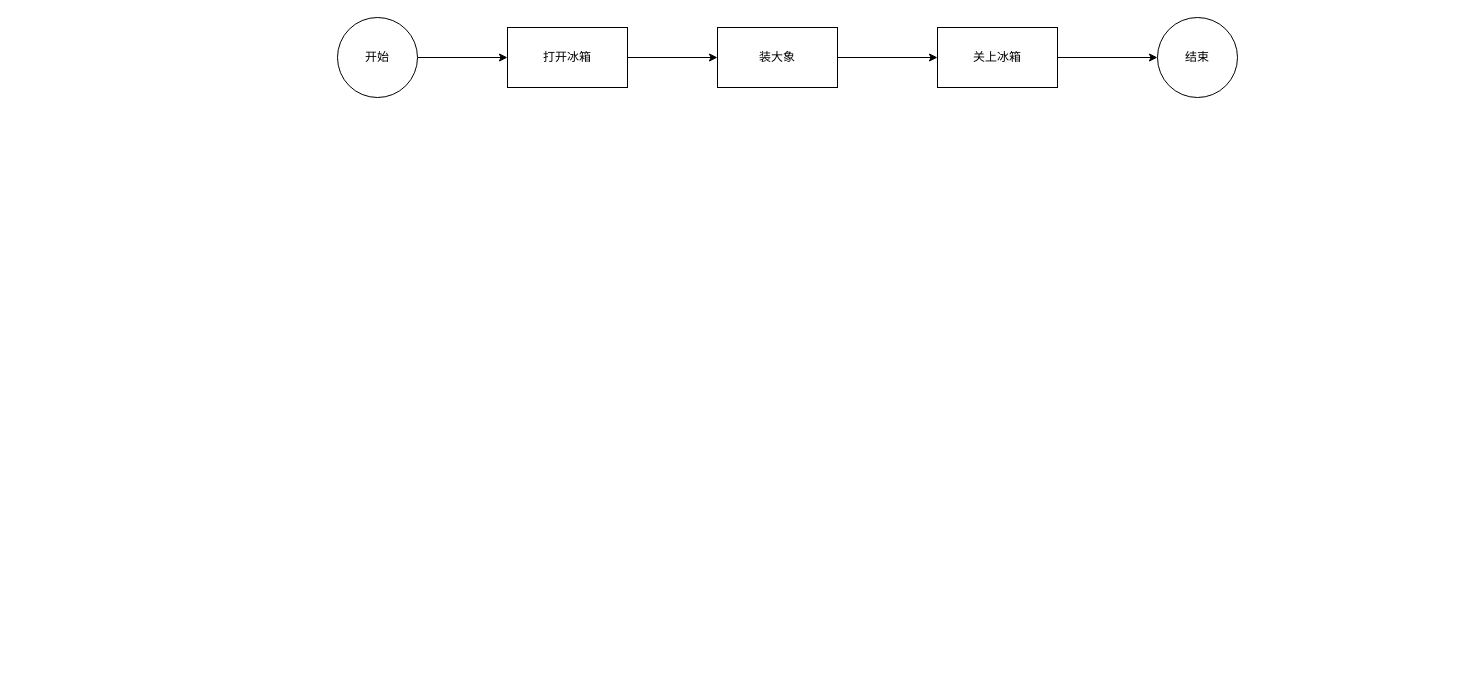
Earlier version of the draw.io diagram 未命名绘图.drawio (huangyb7/huangyb7.github.io). Source tidied: cells renumbered, new cells numbered last; positions are measured from the earlier drawing's top-left corner, leaving out a move shared by most shapes. Both pictures are drawn from the tidied source at 100%, with x=0, y=0 at pixel (337, 17).
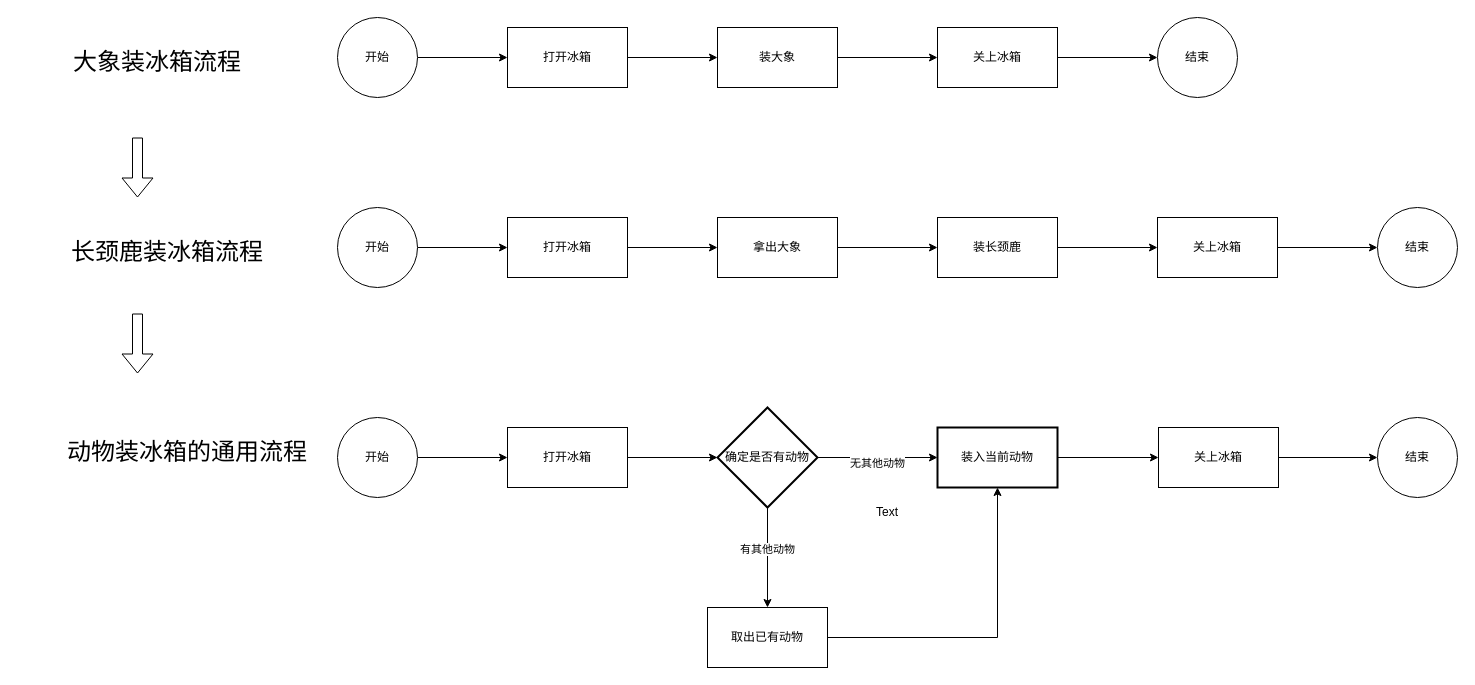
Above is the later version.

Commit message:
更新未命名绘图.drawio

What changed in the source:
```diff
@@
+    <mxCell id="11" style="edgeStyle=orthogonalEdgeStyle;rounded=0;jettySize=auto;html=1;entryX=0;entryY=0.5;entryDx=0;entryDy=0;" parent="1" edge="1" source="12" target="14">
+      <mxGeometry relative="1" as="geometry" />
+    </mxCell>
+    <mxCell id="12" value="开始" style="ellipse;whiteSpace=wrap;html=1;" parent="1" vertex="1">
+      <mxGeometry y="190" width="80" height="80" as="geometry" />
+    </mxCell>
+    <mxCell id="13" style="edgeStyle=orthogonalEdgeStyle;rounded=0;jettySize=auto;html=1;" parent="1" edge="1" source="21" target="16">
+      <mxGeometry relative="1" as="geometry" />
+    </mxCell>
+    <mxCell id="14" value="打开冰箱" style="rounded=0;whiteSpace=wrap;html=1;" parent="1" vertex="1">
+      <mxGeometry x="170" y="200" width="120" height="60" as="geometry" />
+    </mxCell>
+    <mxCell id="15" style="edgeStyle=orthogonalEdgeStyle;rounded=0;jettySize=auto;html=1;" parent="1" edge="1" source="16" target="18">
+      <mxGeometry relative="1" as="geometry" />
+    </mxCell>
+    <mxCell id="16" value="装长颈鹿" style="rounded=0;whiteSpace=wrap;html=1;" parent="1" vertex="1">
+      <mxGeometry x="600" y="200" width="120" height="60" as="geometry" />
+    </mxCell>
+    <mxCell id="17" style="edgeStyle=orthogonalEdgeStyle;rounded=0;jettySize=auto;html=1;" parent="1" edge="1" source="18" target="19">
+      <mxGeometry relative="1" as="geometry" />
+    </mxCell>
+    <mxCell id="18" value="关上冰箱" style="rounded=0;whiteSpace=wrap;html=1;" parent="1" vertex="1">
+      <mxGeometry x="820" y="200" width="120" height="60" as="geometry" />
+    </mxCell>
+    <mxCell id="19" value="结束" style="ellipse;whiteSpace=wrap;html=1;rounded=0;" parent="1" vertex="1">
+      <mxGeometry x="1040" y="190" width="80" height="80" as="geometry" />
+    </mxCell>
+    <mxCell id="20" style="edgeStyle=orthogonalEdgeStyle;rounded=0;jettySize=auto;html=1;" parent="1" edge="1" source="14" target="21">
+      <mxGeometry relative="1" as="geometry" />
+    </mxCell>
+    <mxCell id="21" value="拿出大象" style="rounded=0;whiteSpace=wrap;html=1;" parent="1" vertex="1">
+      <mxGeometry x="380" y="200" width="120" height="60" as="geometry" />
+    </mxCell>
+    <mxCell id="22" style="edgeStyle=orthogonalEdgeStyle;rounded=0;jettySize=auto;html=1;entryX=0;entryY=0.5;entryDx=0;entryDy=0;" parent="1" edge="1" source="23" target="25">
+      <mxGeometry relative="1" as="geometry" />
+    </mxCell>
+    <mxCell id="23" value="开始" style="ellipse;whiteSpace=wrap;html=1;" parent="1" vertex="1">
+      <mxGeometry y="400" width="80" height="80" as="geometry" />
+    </mxCell>
+    <mxCell id="24" style="edgeStyle=orthogonalEdgeStyle;rounded=0;jettySize=auto;html=1;" parent="1" edge="1" source="31" target="37">
+      <mxGeometry relative="1" as="geometry" />
+    </mxCell>
+    <mxCell id="25" value="打开冰箱" style="rounded=0;whiteSpace=wrap;html=1;" parent="1" vertex="1">
+      <mxGeometry x="170" y="410" width="120" height="60" as="geometry" />
+    </mxCell>
+    <mxCell id="26" style="edgeStyle=orthogonalEdgeStyle;rounded=0;jettySize=auto;html=1;" parent="1" edge="1" source="27" target="28">
+      <mxGeometry relative="1" as="geometry" />
+    </mxCell>
+    <mxCell id="27" value="关上冰箱" style="rounded=0;whiteSpace=wrap;html=1;" parent="1" vertex="1">
+      <mxGeometry x="821" y="410" width="120" height="60" as="geometry" />
+    </mxCell>
+    <mxCell id="28" value="结束" style="ellipse;whiteSpace=wrap;html=1;rounded=0;" parent="1" vertex="1">
+      <mxGeometry x="1040" y="400" width="80" height="80" as="geometry" />
+    </mxCell>
+    <mxCell id="29" style="edgeStyle=orthogonalEdgeStyle;rounded=0;jettySize=auto;html=1;" parent="1" edge="1" source="35" target="31">
+      <mxGeometry relative="1" as="geometry" />
+    </mxCell>
+    <mxCell id="30" value="有其他动物" style="edgeLabel;html=1;align=center;verticalAlign=middle;" parent="29" vertex="1">
+      <mxGeometry x="-0.19" y="-1" relative="1" as="geometry" />
+    </mxCell>
+    <mxCell id="31" value="取出已有动物" style="rounded=0;whiteSpace=wrap;html=1;" parent="1" vertex="1">
+      <mxGeometry x="370" y="590" width="120" height="60" as="geometry" />
+    </mxCell>
+    <mxCell id="32" style="edgeStyle=orthogonalEdgeStyle;rounded=0;jettySize=auto;html=1;" parent="1" edge="1" source="25" target="35">
+      <mxGeometry relative="1" as="geometry" />
+    </mxCell>
+    <mxCell id="33" style="edgeStyle=orthogonalEdgeStyle;rounded=0;jettySize=auto;html=1;" parent="1" edge="1" source="35" target="37">
+      <mxGeometry relative="1" as="geometry" />
+    </mxCell>
+    <mxCell id="34" value="无其他动物" style="edgeLabel;html=1;align=center;verticalAlign=middle;" parent="33" vertex="1">
+      <mxGeometry x="-0.01" y="-5" relative="1" as="geometry" />
+    </mxCell>
+    <mxCell id="35" value="确定是否有动物" style="strokeWidth=2;html=1;shape=mxgraph.flowchart.decision;whiteSpace=wrap;" parent="1" vertex="1">
+      <mxGeometry x="380" y="390" width="100" height="100" as="geometry" />
+    </mxCell>
+    <mxCell id="36" style="edgeStyle=orthogonalEdgeStyle;rounded=0;jettySize=auto;html=1;entryX=0;entryY=0.5;entryDx=0;entryDy=0;" parent="1" edge="1" source="37" target="27">
+      <mxGeometry relative="1" as="geometry" />
+    </mxCell>
+    <mxCell id="37" value="装入当前动物" style="whiteSpace=wrap;html=1;strokeWidth=2;" parent="1" vertex="1">
+      <mxGeometry x="600" y="410" width="120" height="60" as="geometry" />
+    </mxCell>
+    <mxCell id="38" value="Text" style="text;html=1;align=center;verticalAlign=middle;whiteSpace=wrap;rounded=0;" parent="1" vertex="1">
+      <mxGeometry x="520" y="480" width="60" height="30" as="geometry" />
+    </mxCell>
+    <mxCell id="39" value="大象装冰箱流程" style="text;html=1;align=center;verticalAlign=middle;whiteSpace=wrap;rounded=0;fontFamily=Helvetica;fontSize=24;fontColor=default;" parent="1" vertex="1">
+      <mxGeometry x="-320" y="30" width="280" height="30" as="geometry" />
+    </mxCell>
+    <mxCell id="40" value="长颈鹿装冰箱流程" style="text;html=1;align=center;verticalAlign=middle;whiteSpace=wrap;rounded=0;fontFamily=Helvetica;fontSize=24;fontColor=default;" parent="1" vertex="1">
+      <mxGeometry x="-310" y="220" width="280" height="30" as="geometry" />
+    </mxCell>
+    <mxCell id="41" value="动物装冰箱的通用流程" style="text;html=1;align=center;verticalAlign=middle;whiteSpace=wrap;rounded=0;fontFamily=Helvetica;fontSize=24;fontColor=default;" parent="1" vertex="1">
+      <mxGeometry x="-290" y="420" width="280" height="30" as="geometry" />
+    </mxCell>
+    <mxCell id="42" style="shape=flexArrow;endArrow=classic;html=1;rounded=0;" parent="1" edge="1">
+      <mxGeometry relative="1" as="geometry">
+        <mxPoint x="-200" y="120" as="sourcePoint" />
+        <mxPoint x="-200" y="180" as="targetPoint" />
+      </mxGeometry>
+    </mxCell>
+    <mxCell id="43" style="shape=flexArrow;endArrow=classic;html=1;rounded=0;" parent="1" edge="1">
+      <mxGeometry relative="1" as="geometry">
+        <mxPoint x="-200" y="296" as="sourcePoint" />
+        <mxPoint x="-200" y="356" as="targetPoint" />
+      </mxGeometry>
+    </mxCell>
```
